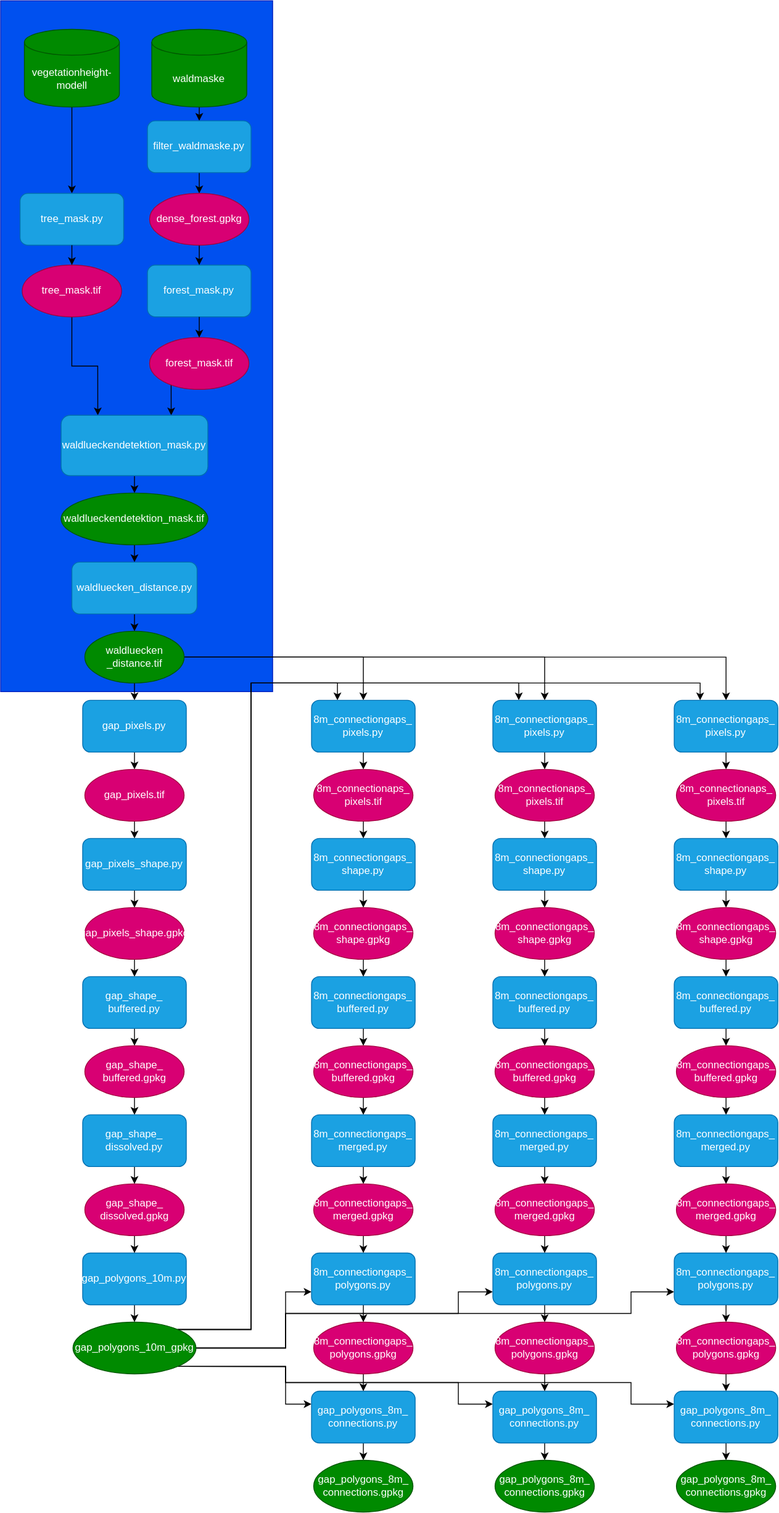
Earlier version of the draw.io export Lueckendetektion_scripts.drawio.svg (liobio72/Lueckendetektion). Source tidied: cells renumbered, new cells last; positions are measured from the earlier drawing's top-left corner, leaving out a move shared by most shapes.
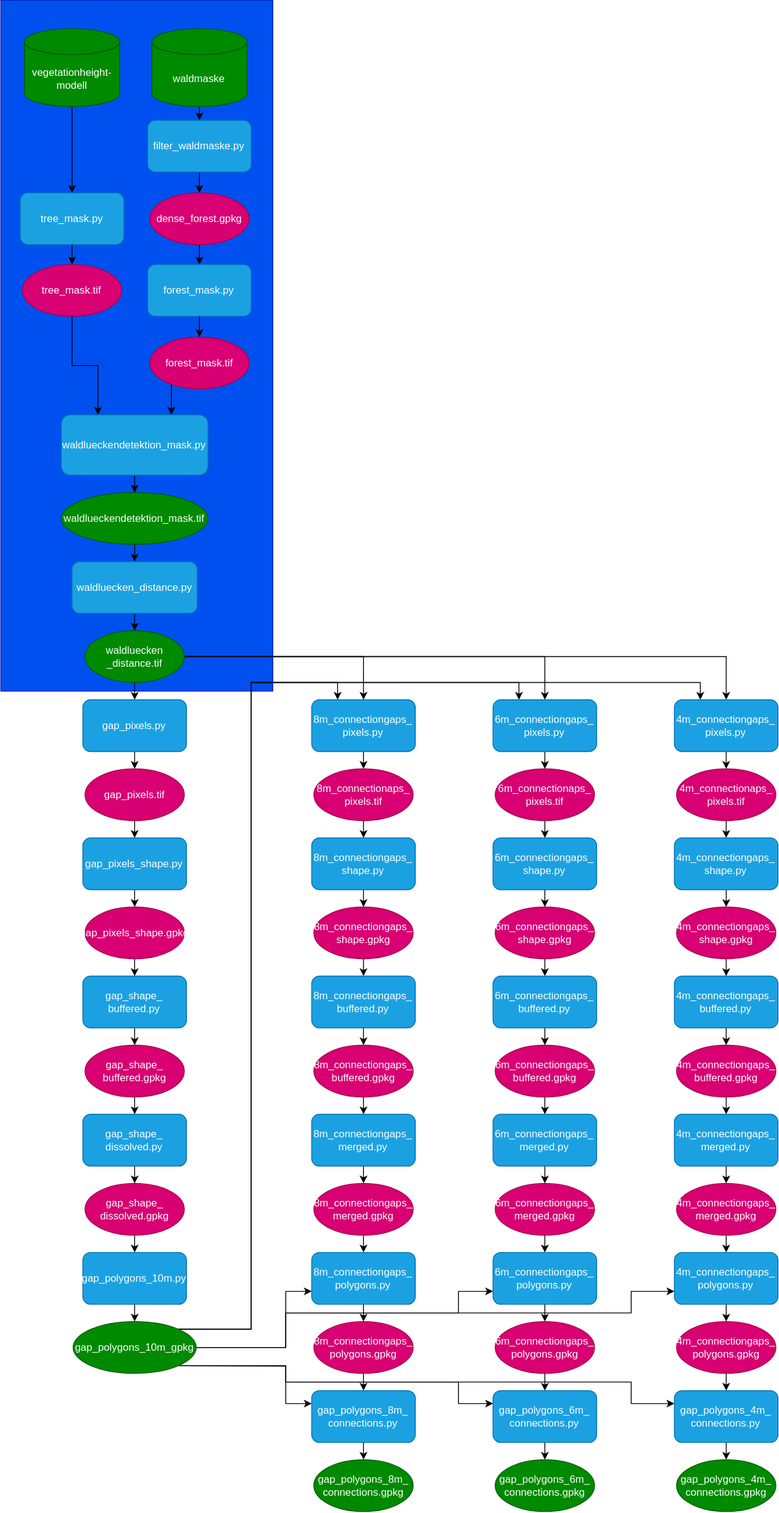
Later version of the same file.

The edit, as a diff of the source:
```diff
@@ -318,139 +318,139 @@
     <mxCell id="85" style="edgeStyle=orthogonalEdgeStyle;rounded=0;jettySize=auto;html=1;exitX=0.5;exitY=1;exitDx=0;exitDy=0;entryX=0.5;entryY=0;entryDx=0;entryDy=0;" parent="1" edge="1" source="86" target="88">
       <mxGeometry relative="1" as="geometry" />
     </mxCell>
-    <mxCell id="86" value="8m_connectionaps_&lt;div&gt;pixels.tif&lt;/div&gt;" style="ellipse;whiteSpace=wrap;html=1;fillColor=#d80073;fontColor=#ffffff;strokeColor=#A50040;" parent="1" vertex="1">
+    <mxCell id="86" value="6m_connectionaps_&lt;div&gt;pixels.tif&lt;/div&gt;" style="ellipse;whiteSpace=wrap;html=1;fillColor=#d80073;fontColor=#ffffff;strokeColor=#A50040;" parent="1" vertex="1">
       <mxGeometry x="902.5" y="890" width="115" height="60" as="geometry" />
     </mxCell>
     <mxCell id="87" style="edgeStyle=orthogonalEdgeStyle;rounded=0;jettySize=auto;html=1;exitX=0.5;exitY=1;exitDx=0;exitDy=0;entryX=0.5;entryY=0;entryDx=0;entryDy=0;" parent="1" edge="1" source="88" target="90">
       <mxGeometry relative="1" as="geometry" />
     </mxCell>
-    <mxCell id="88" value="8m_connectiongaps_&lt;div&gt;shape.py&lt;/div&gt;" style="rounded=1;whiteSpace=wrap;html=1;fillColor=#1ba1e2;fontColor=#ffffff;strokeColor=#006EAF;" parent="1" vertex="1">
+    <mxCell id="88" value="6m_connectiongaps_&lt;div&gt;shape.py&lt;/div&gt;" style="rounded=1;whiteSpace=wrap;html=1;fillColor=#1ba1e2;fontColor=#ffffff;strokeColor=#006EAF;" parent="1" vertex="1">
       <mxGeometry x="900" y="970" width="120" height="60" as="geometry" />
     </mxCell>
     <mxCell id="89" style="edgeStyle=orthogonalEdgeStyle;rounded=0;jettySize=auto;html=1;exitX=0.5;exitY=1;exitDx=0;exitDy=0;entryX=0.5;entryY=0;entryDx=0;entryDy=0;" parent="1" edge="1" source="90" target="92">
       <mxGeometry relative="1" as="geometry" />
     </mxCell>
-    <mxCell id="90" value="8m_connectiongaps_&lt;div&gt;shape.gpkg&lt;/div&gt;" style="ellipse;whiteSpace=wrap;html=1;fillColor=#d80073;fontColor=#ffffff;strokeColor=#A50040;" parent="1" vertex="1">
+    <mxCell id="90" value="6m_connectiongaps_&lt;div&gt;shape.gpkg&lt;/div&gt;" style="ellipse;whiteSpace=wrap;html=1;fillColor=#d80073;fontColor=#ffffff;strokeColor=#A50040;" parent="1" vertex="1">
       <mxGeometry x="902.5" y="1050" width="115" height="60" as="geometry" />
     </mxCell>
     <mxCell id="91" style="edgeStyle=orthogonalEdgeStyle;rounded=0;jettySize=auto;html=1;exitX=0.5;exitY=1;exitDx=0;exitDy=0;entryX=0.5;entryY=0;entryDx=0;entryDy=0;" parent="1" edge="1" source="92" target="94">
       <mxGeometry relative="1" as="geometry" />
     </mxCell>
-    <mxCell id="92" value="8m_connectiongaps_&lt;div&gt;buffered.py&lt;/div&gt;" style="rounded=1;whiteSpace=wrap;html=1;fillColor=#1ba1e2;fontColor=#ffffff;strokeColor=#006EAF;" parent="1" vertex="1">
+    <mxCell id="92" value="6m_connectiongaps_&lt;div&gt;buffered.py&lt;/div&gt;" style="rounded=1;whiteSpace=wrap;html=1;fillColor=#1ba1e2;fontColor=#ffffff;strokeColor=#006EAF;" parent="1" vertex="1">
       <mxGeometry x="900" y="1130" width="120" height="60" as="geometry" />
     </mxCell>
     <mxCell id="93" style="edgeStyle=orthogonalEdgeStyle;rounded=0;jettySize=auto;html=1;exitX=0.5;exitY=1;exitDx=0;exitDy=0;entryX=0.5;entryY=0;entryDx=0;entryDy=0;" parent="1" edge="1" source="94" target="98">
       <mxGeometry relative="1" as="geometry" />
     </mxCell>
-    <mxCell id="94" value="8m_connectiongaps_&lt;div&gt;buffered.gpkg&lt;/div&gt;" style="ellipse;whiteSpace=wrap;html=1;fillColor=#d80073;fontColor=#ffffff;strokeColor=#A50040;" parent="1" vertex="1">
+    <mxCell id="94" value="6m_connectiongaps_&lt;div&gt;buffered.gpkg&lt;/div&gt;" style="ellipse;whiteSpace=wrap;html=1;fillColor=#d80073;fontColor=#ffffff;strokeColor=#A50040;" parent="1" vertex="1">
       <mxGeometry x="902.5" y="1210" width="115" height="60" as="geometry" />
     </mxCell>
     <mxCell id="95" style="edgeStyle=orthogonalEdgeStyle;rounded=0;jettySize=auto;html=1;exitX=0.5;exitY=1;exitDx=0;exitDy=0;entryX=0.5;entryY=0;entryDx=0;entryDy=0;" parent="1" edge="1" source="96" target="107">
       <mxGeometry relative="1" as="geometry" />
     </mxCell>
-    <mxCell id="96" value="8m_connectiongaps_&lt;div&gt;polygons.py&lt;/div&gt;" style="rounded=1;whiteSpace=wrap;html=1;fillColor=#1ba1e2;fontColor=#ffffff;strokeColor=#006EAF;" parent="1" vertex="1">
+    <mxCell id="96" value="6m_connectiongaps_&lt;div&gt;polygons.py&lt;/div&gt;" style="rounded=1;whiteSpace=wrap;html=1;fillColor=#1ba1e2;fontColor=#ffffff;strokeColor=#006EAF;" parent="1" vertex="1">
       <mxGeometry x="900" y="1450" width="120" height="60" as="geometry" />
     </mxCell>
     <mxCell id="97" style="edgeStyle=orthogonalEdgeStyle;rounded=0;jettySize=auto;html=1;exitX=0.5;exitY=1;exitDx=0;exitDy=0;entryX=0.5;entryY=0;entryDx=0;entryDy=0;" parent="1" edge="1" source="98" target="100">
       <mxGeometry relative="1" as="geometry" />
     </mxCell>
-    <mxCell id="98" value="8m_connectiongaps_&lt;div&gt;merged.py&lt;/div&gt;" style="rounded=1;whiteSpace=wrap;html=1;fillColor=#1ba1e2;fontColor=#ffffff;strokeColor=#006EAF;" parent="1" vertex="1">
+    <mxCell id="98" value="6m_connectiongaps_&lt;div&gt;merged.py&lt;/div&gt;" style="rounded=1;whiteSpace=wrap;html=1;fillColor=#1ba1e2;fontColor=#ffffff;strokeColor=#006EAF;" parent="1" vertex="1">
       <mxGeometry x="900" y="1290" width="120" height="60" as="geometry" />
     </mxCell>
     <mxCell id="99" style="edgeStyle=orthogonalEdgeStyle;rounded=0;jettySize=auto;html=1;exitX=0.5;exitY=1;exitDx=0;exitDy=0;entryX=0.5;entryY=0;entryDx=0;entryDy=0;" parent="1" edge="1" source="100" target="96">
       <mxGeometry relative="1" as="geometry" />
     </mxCell>
-    <mxCell id="100" value="8m_connectiongaps_&lt;div&gt;&lt;span style=&quot;background-color: transparent; color: light-dark(rgb(255, 255, 255), rgb(18, 18, 18));&quot;&gt;merged.gpkg&lt;/span&gt;&lt;/div&gt;" style="ellipse;whiteSpace=wrap;html=1;fillColor=#d80073;fontColor=#ffffff;strokeColor=#A50040;" parent="1" vertex="1">
+    <mxCell id="100" value="6m_connectiongaps_&lt;div&gt;&lt;span style=&quot;background-color: transparent; color: light-dark(rgb(255, 255, 255), rgb(18, 18, 18));&quot;&gt;merged.gpkg&lt;/span&gt;&lt;/div&gt;" style="ellipse;whiteSpace=wrap;html=1;fillColor=#d80073;fontColor=#ffffff;strokeColor=#A50040;" parent="1" vertex="1">
       <mxGeometry x="902.5" y="1370" width="115" height="60" as="geometry" />
     </mxCell>
     <mxCell id="101" style="edgeStyle=orthogonalEdgeStyle;rounded=0;jettySize=auto;html=1;exitX=0.5;exitY=1;exitDx=0;exitDy=0;entryX=0.5;entryY=0;entryDx=0;entryDy=0;" parent="1" edge="1" source="102" target="103">
       <mxGeometry relative="1" as="geometry" />
     </mxCell>
-    <mxCell id="102" value="gap_polygons_8m_&lt;div&gt;connections.py&lt;/div&gt;" style="rounded=1;whiteSpace=wrap;html=1;fillColor=#1ba1e2;fontColor=#ffffff;strokeColor=#006EAF;" parent="1" vertex="1">
+    <mxCell id="102" value="gap_polygons_6m_&lt;div&gt;connections.py&lt;/div&gt;" style="rounded=1;whiteSpace=wrap;html=1;fillColor=#1ba1e2;fontColor=#ffffff;strokeColor=#006EAF;" parent="1" vertex="1">
       <mxGeometry x="900" y="1610" width="120" height="60" as="geometry" />
     </mxCell>
-    <mxCell id="103" value="gap_polygons_8m_&lt;div&gt;connections.gpkg&lt;/div&gt;" style="ellipse;whiteSpace=wrap;html=1;fillColor=#008a00;fontColor=#ffffff;strokeColor=#005700;" parent="1" vertex="1">
+    <mxCell id="103" value="gap_polygons_6m_&lt;div&gt;connections.gpkg&lt;/div&gt;" style="ellipse;whiteSpace=wrap;html=1;fillColor=#008a00;fontColor=#ffffff;strokeColor=#005700;" parent="1" vertex="1">
       <mxGeometry x="902.5" y="1690" width="115" height="60" as="geometry" />
     </mxCell>
     <mxCell id="104" style="edgeStyle=orthogonalEdgeStyle;rounded=0;jettySize=auto;html=1;exitX=0.5;exitY=1;exitDx=0;exitDy=0;entryX=0.5;entryY=0;entryDx=0;entryDy=0;" parent="1" edge="1" source="105" target="86">
       <mxGeometry relative="1" as="geometry" />
     </mxCell>
-    <mxCell id="105" value="8m_connectiongaps_&lt;div&gt;pixels.py&lt;/div&gt;" style="rounded=1;whiteSpace=wrap;html=1;fillColor=#1ba1e2;fontColor=#ffffff;strokeColor=#006EAF;" parent="1" vertex="1">
+    <mxCell id="105" value="6m_connectiongaps_&lt;div&gt;pixels.py&lt;/div&gt;" style="rounded=1;whiteSpace=wrap;html=1;fillColor=#1ba1e2;fontColor=#ffffff;strokeColor=#006EAF;" parent="1" vertex="1">
       <mxGeometry x="900" y="810" width="120" height="60" as="geometry" />
     </mxCell>
     <mxCell id="106" style="edgeStyle=orthogonalEdgeStyle;rounded=0;jettySize=auto;html=1;exitX=0.5;exitY=1;exitDx=0;exitDy=0;entryX=0.5;entryY=0;entryDx=0;entryDy=0;" parent="1" edge="1" source="107" target="102">
       <mxGeometry relative="1" as="geometry" />
     </mxCell>
-    <mxCell id="107" value="8m_connectiongaps_&lt;div&gt;polygons.gpkg&lt;/div&gt;" style="ellipse;whiteSpace=wrap;html=1;fillColor=#d80073;fontColor=#ffffff;strokeColor=#A50040;" parent="1" vertex="1">
+    <mxCell id="107" value="6m_connectiongaps_&lt;div&gt;polygons.gpkg&lt;/div&gt;" style="ellipse;whiteSpace=wrap;html=1;fillColor=#d80073;fontColor=#ffffff;strokeColor=#A50040;" parent="1" vertex="1">
       <mxGeometry x="902.5" y="1530" width="115" height="60" as="geometry" />
     </mxCell>
     <mxCell id="108" style="edgeStyle=orthogonalEdgeStyle;rounded=0;jettySize=auto;html=1;exitX=0.5;exitY=1;exitDx=0;exitDy=0;entryX=0.5;entryY=0;entryDx=0;entryDy=0;" parent="1" edge="1" source="109" target="111">
       <mxGeometry relative="1" as="geometry" />
     </mxCell>
-    <mxCell id="109" value="8m_connectionaps_&lt;div&gt;pixels.tif&lt;/div&gt;" style="ellipse;whiteSpace=wrap;html=1;fillColor=#d80073;fontColor=#ffffff;strokeColor=#A50040;" parent="1" vertex="1">
+    <mxCell id="109" value="4m_connectionaps_&lt;div&gt;pixels.tif&lt;/div&gt;" style="ellipse;whiteSpace=wrap;html=1;fillColor=#d80073;fontColor=#ffffff;strokeColor=#A50040;" parent="1" vertex="1">
       <mxGeometry x="1112.5" y="890" width="115" height="60" as="geometry" />
     </mxCell>
     <mxCell id="110" style="edgeStyle=orthogonalEdgeStyle;rounded=0;jettySize=auto;html=1;exitX=0.5;exitY=1;exitDx=0;exitDy=0;entryX=0.5;entryY=0;entryDx=0;entryDy=0;" parent="1" edge="1" source="111" target="113">
       <mxGeometry relative="1" as="geometry" />
     </mxCell>
-    <mxCell id="111" value="8m_connectiongaps_&lt;div&gt;shape.py&lt;/div&gt;" style="rounded=1;whiteSpace=wrap;html=1;fillColor=#1ba1e2;fontColor=#ffffff;strokeColor=#006EAF;" parent="1" vertex="1">
+    <mxCell id="111" value="4m_connectiongaps_&lt;div&gt;shape.py&lt;/div&gt;" style="rounded=1;whiteSpace=wrap;html=1;fillColor=#1ba1e2;fontColor=#ffffff;strokeColor=#006EAF;" parent="1" vertex="1">
       <mxGeometry x="1110" y="970" width="120" height="60" as="geometry" />
     </mxCell>
     <mxCell id="112" style="edgeStyle=orthogonalEdgeStyle;rounded=0;jettySize=auto;html=1;exitX=0.5;exitY=1;exitDx=0;exitDy=0;entryX=0.5;entryY=0;entryDx=0;entryDy=0;" parent="1" edge="1" source="113" target="115">
       <mxGeometry relative="1" as="geometry" />
     </mxCell>
-    <mxCell id="113" value="8m_connectiongaps_&lt;div&gt;shape.gpkg&lt;/div&gt;" style="ellipse;whiteSpace=wrap;html=1;fillColor=#d80073;fontColor=#ffffff;strokeColor=#A50040;" parent="1" vertex="1">
+    <mxCell id="113" value="4m_connectiongaps_&lt;div&gt;shape.gpkg&lt;/div&gt;" style="ellipse;whiteSpace=wrap;html=1;fillColor=#d80073;fontColor=#ffffff;strokeColor=#A50040;" parent="1" vertex="1">
       <mxGeometry x="1112.5" y="1050" width="115" height="60" as="geometry" />
     </mxCell>
     <mxCell id="114" style="edgeStyle=orthogonalEdgeStyle;rounded=0;jettySize=auto;html=1;exitX=0.5;exitY=1;exitDx=0;exitDy=0;entryX=0.5;entryY=0;entryDx=0;entryDy=0;" parent="1" edge="1" source="115" target="117">
       <mxGeometry relative="1" as="geometry" />
     </mxCell>
-    <mxCell id="115" value="8m_connectiongaps_&lt;div&gt;buffered.py&lt;/div&gt;" style="rounded=1;whiteSpace=wrap;html=1;fillColor=#1ba1e2;fontColor=#ffffff;strokeColor=#006EAF;" parent="1" vertex="1">
+    <mxCell id="115" value="4m_connectiongaps_&lt;div&gt;buffered.py&lt;/div&gt;" style="rounded=1;whiteSpace=wrap;html=1;fillColor=#1ba1e2;fontColor=#ffffff;strokeColor=#006EAF;" parent="1" vertex="1">
       <mxGeometry x="1110" y="1130" width="120" height="60" as="geometry" />
     </mxCell>
     <mxCell id="116" style="edgeStyle=orthogonalEdgeStyle;rounded=0;jettySize=auto;html=1;exitX=0.5;exitY=1;exitDx=0;exitDy=0;entryX=0.5;entryY=0;entryDx=0;entryDy=0;" parent="1" edge="1" source="117" target="121">
       <mxGeometry relative="1" as="geometry" />
     </mxCell>
-    <mxCell id="117" value="8m_connectiongaps_&lt;div&gt;buffered.gpkg&lt;/div&gt;" style="ellipse;whiteSpace=wrap;html=1;fillColor=#d80073;fontColor=#ffffff;strokeColor=#A50040;" parent="1" vertex="1">
+    <mxCell id="117" value="4m_connectiongaps_&lt;div&gt;buffered.gpkg&lt;/div&gt;" style="ellipse;whiteSpace=wrap;html=1;fillColor=#d80073;fontColor=#ffffff;strokeColor=#A50040;" parent="1" vertex="1">
       <mxGeometry x="1112.5" y="1210" width="115" height="60" as="geometry" />
     </mxCell>
     <mxCell id="118" style="edgeStyle=orthogonalEdgeStyle;rounded=0;jettySize=auto;html=1;exitX=0.5;exitY=1;exitDx=0;exitDy=0;entryX=0.5;entryY=0;entryDx=0;entryDy=0;" parent="1" edge="1" source="119" target="130">
       <mxGeometry relative="1" as="geometry" />
     </mxCell>
-    <mxCell id="119" value="8m_connectiongaps_&lt;div&gt;polygons.py&lt;/div&gt;" style="rounded=1;whiteSpace=wrap;html=1;fillColor=#1ba1e2;fontColor=#ffffff;strokeColor=#006EAF;" parent="1" vertex="1">
+    <mxCell id="119" value="4m_connectiongaps_&lt;div&gt;polygons.py&lt;/div&gt;" style="rounded=1;whiteSpace=wrap;html=1;fillColor=#1ba1e2;fontColor=#ffffff;strokeColor=#006EAF;" parent="1" vertex="1">
       <mxGeometry x="1110" y="1450" width="120" height="60" as="geometry" />
     </mxCell>
     <mxCell id="120" style="edgeStyle=orthogonalEdgeStyle;rounded=0;jettySize=auto;html=1;exitX=0.5;exitY=1;exitDx=0;exitDy=0;entryX=0.5;entryY=0;entryDx=0;entryDy=0;" parent="1" edge="1" source="121" target="123">
       <mxGeometry relative="1" as="geometry" />
     </mxCell>
-    <mxCell id="121" value="8m_connectiongaps_&lt;div&gt;merged.py&lt;/div&gt;" style="rounded=1;whiteSpace=wrap;html=1;fillColor=#1ba1e2;fontColor=#ffffff;strokeColor=#006EAF;" parent="1" vertex="1">
+    <mxCell id="121" value="4m_connectiongaps_&lt;div&gt;merged.py&lt;/div&gt;" style="rounded=1;whiteSpace=wrap;html=1;fillColor=#1ba1e2;fontColor=#ffffff;strokeColor=#006EAF;" parent="1" vertex="1">
       <mxGeometry x="1110" y="1290" width="120" height="60" as="geometry" />
     </mxCell>
     <mxCell id="122" style="edgeStyle=orthogonalEdgeStyle;rounded=0;jettySize=auto;html=1;exitX=0.5;exitY=1;exitDx=0;exitDy=0;entryX=0.5;entryY=0;entryDx=0;entryDy=0;" parent="1" edge="1" source="123" target="119">
       <mxGeometry relative="1" as="geometry" />
     </mxCell>
-    <mxCell id="123" value="8m_connectiongaps_&lt;div&gt;&lt;span style=&quot;background-color: transparent; color: light-dark(rgb(255, 255, 255), rgb(18, 18, 18));&quot;&gt;merged.gpkg&lt;/span&gt;&lt;/div&gt;" style="ellipse;whiteSpace=wrap;html=1;fillColor=#d80073;fontColor=#ffffff;strokeColor=#A50040;" parent="1" vertex="1">
+    <mxCell id="123" value="4m_connectiongaps_&lt;div&gt;&lt;span style=&quot;background-color: transparent; color: light-dark(rgb(255, 255, 255), rgb(18, 18, 18));&quot;&gt;merged.gpkg&lt;/span&gt;&lt;/div&gt;" style="ellipse;whiteSpace=wrap;html=1;fillColor=#d80073;fontColor=#ffffff;strokeColor=#A50040;" parent="1" vertex="1">
       <mxGeometry x="1112.5" y="1370" width="115" height="60" as="geometry" />
     </mxCell>
     <mxCell id="124" style="edgeStyle=orthogonalEdgeStyle;rounded=0;jettySize=auto;html=1;exitX=0.5;exitY=1;exitDx=0;exitDy=0;entryX=0.5;entryY=0;entryDx=0;entryDy=0;" parent="1" edge="1" source="125" target="126">
       <mxGeometry relative="1" as="geometry" />
     </mxCell>
-    <mxCell id="125" value="gap_polygons_8m_&lt;div&gt;connections.py&lt;/div&gt;" style="rounded=1;whiteSpace=wrap;html=1;fillColor=#1ba1e2;fontColor=#ffffff;strokeColor=#006EAF;" parent="1" vertex="1">
+    <mxCell id="125" value="gap_polygons_4m_&lt;div&gt;connections.py&lt;/div&gt;" style="rounded=1;whiteSpace=wrap;html=1;fillColor=#1ba1e2;fontColor=#ffffff;strokeColor=#006EAF;" parent="1" vertex="1">
       <mxGeometry x="1110" y="1610" width="120" height="60" as="geometry" />
     </mxCell>
-    <mxCell id="126" value="gap_polygons_8m_&lt;div&gt;connections.gpkg&lt;/div&gt;" style="ellipse;whiteSpace=wrap;html=1;fillColor=#008a00;fontColor=#ffffff;strokeColor=#005700;" parent="1" vertex="1">
+    <mxCell id="126" value="gap_polygons_4m_&lt;div&gt;connections.gpkg&lt;/div&gt;" style="ellipse;whiteSpace=wrap;html=1;fillColor=#008a00;fontColor=#ffffff;strokeColor=#005700;" parent="1" vertex="1">
       <mxGeometry x="1112.5" y="1690" width="115" height="60" as="geometry" />
     </mxCell>
     <mxCell id="127" style="edgeStyle=orthogonalEdgeStyle;rounded=0;jettySize=auto;html=1;exitX=0.5;exitY=1;exitDx=0;exitDy=0;entryX=0.5;entryY=0;entryDx=0;entryDy=0;" parent="1" edge="1" source="128" target="109">
       <mxGeometry relative="1" as="geometry" />
     </mxCell>
-    <mxCell id="128" value="8m_connectiongaps_&lt;div&gt;pixels.py&lt;/div&gt;" style="rounded=1;whiteSpace=wrap;html=1;fillColor=#1ba1e2;fontColor=#ffffff;strokeColor=#006EAF;" parent="1" vertex="1">
+    <mxCell id="128" value="4m_connectiongaps_&lt;div&gt;pixels.py&lt;/div&gt;" style="rounded=1;whiteSpace=wrap;html=1;fillColor=#1ba1e2;fontColor=#ffffff;strokeColor=#006EAF;" parent="1" vertex="1">
       <mxGeometry x="1110" y="810" width="120" height="60" as="geometry" />
     </mxCell>
     <mxCell id="129" style="edgeStyle=orthogonalEdgeStyle;rounded=0;jettySize=auto;html=1;exitX=0.5;exitY=1;exitDx=0;exitDy=0;entryX=0.5;entryY=0;entryDx=0;entryDy=0;" parent="1" edge="1" source="130" target="125">
       <mxGeometry relative="1" as="geometry" />
     </mxCell>
-    <mxCell id="130" value="8m_connectiongaps_&lt;div&gt;polygons.gpkg&lt;/div&gt;" style="ellipse;whiteSpace=wrap;html=1;fillColor=#d80073;fontColor=#ffffff;strokeColor=#A50040;" parent="1" vertex="1">
+    <mxCell id="130" value="4m_connectiongaps_&lt;div&gt;polygons.gpkg&lt;/div&gt;" style="ellipse;whiteSpace=wrap;html=1;fillColor=#d80073;fontColor=#ffffff;strokeColor=#A50040;" parent="1" vertex="1">
       <mxGeometry x="1112.5" y="1530" width="115" height="60" as="geometry" />
     </mxCell>
   </root>
```
